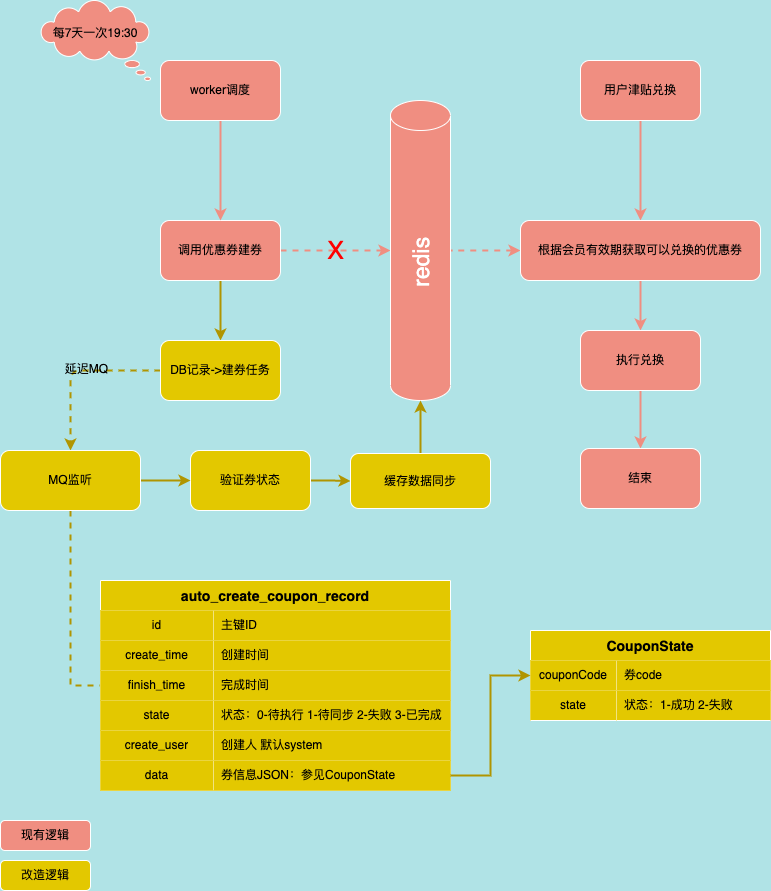
Earlier version of the draw.io export 自动建券.png (845642761/diagram). Source tidied: cells renumbered, new cells last; positions are measured from the earlier drawing's top-left corner, leaving out a move shared by most shapes.
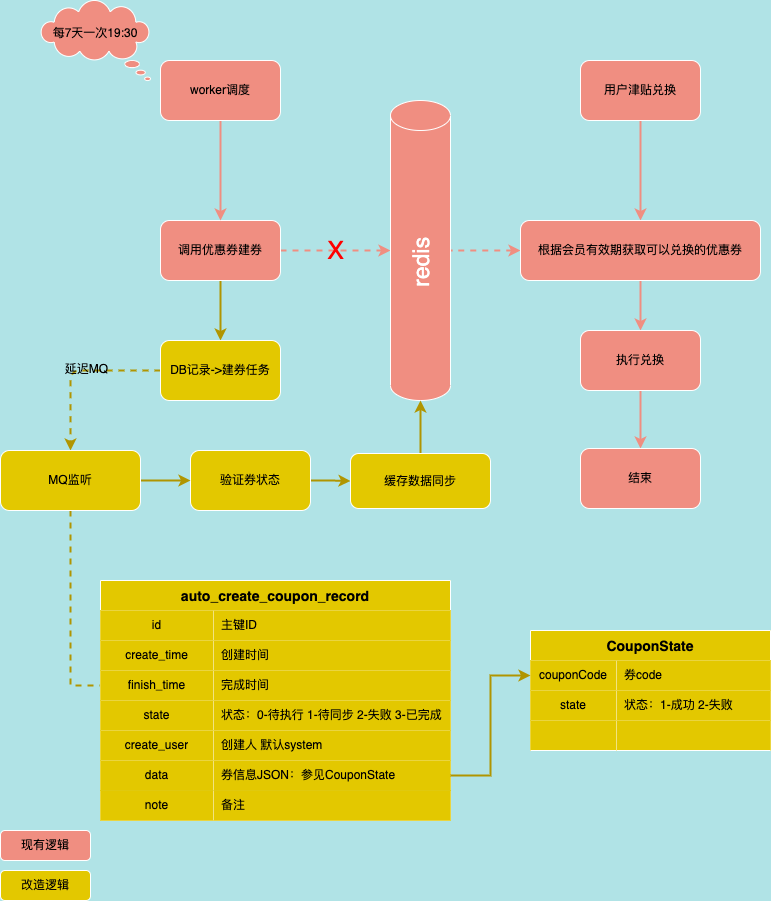
Later version of the same file.

Commit message:
更新自动建券.png

What changed in the source:
```diff
@@ -60,10 +60,10 @@
       <mxGeometry x="350" y="453" width="140" height="55" as="geometry" />
     </mxCell>
     <mxCell id="21" value="现有逻辑" style="rounded=1;whiteSpace=wrap;html=1;labelBackgroundColor=none;sketch=0;fontSize=12;fontColor=#000000;strokeColor=#FFFFFF;fillColor=#F08E81;" parent="1" vertex="1">
-      <mxGeometry y="820" width="90" height="30" as="geometry" />
+      <mxGeometry y="830" width="90" height="30" as="geometry" />
     </mxCell>
     <mxCell id="22" value="改造逻辑" style="rounded=1;whiteSpace=wrap;html=1;labelBackgroundColor=none;sketch=0;fontSize=12;fontColor=#000000;strokeColor=#FFFFFF;fillColor=#e3c800;" parent="1" vertex="1">
-      <mxGeometry y="860" width="90" height="30" as="geometry" />
+      <mxGeometry y="870" width="90" height="30" as="geometry" />
     </mxCell>
     <mxCell id="23" style="edgeStyle=orthogonalEdgeStyle;curved=0;rounded=1;sketch=0;jettySize=auto;html=1;labelBackgroundColor=default;fontSize=12;fontColor=default;startArrow=none;startFill=0;endArrow=classic;endFill=1;strokeColor=#B09500;strokeWidth=2;fillColor=#e3c800;dashed=1;" parent="1" edge="1" source="25" target="28">
       <mxGeometry relative="1" as="geometry" />
@@ -84,7 +84,7 @@
       <mxGeometry y="450" width="140" height="60" as="geometry" />
     </mxCell>
     <mxCell id="29" value="auto_create_coupon_record" style="shape=table;startSize=30;rowLines=0;fontStyle=1;fontSize=14;fillColor=#e3c800;strokeColor=#FFFFFF;fontColor=#000000;separatorColor=#FFFFFF;" parent="1" vertex="1">
-      <mxGeometry x="100" y="580" width="350" height="210" as="geometry" />
+      <mxGeometry x="100" y="580" width="350" height="240" as="geometry" />
     </mxCell>
     <mxCell id="30" style="shape=tableRow;horizontal=0;startSize=0;swimlaneHead=0;swimlaneBody=0;top=0;left=0;bottom=0;right=0;fillColor=#e3c800;fontSize=25;strokeColor=#B09500;fontColor=#000000;" parent="29" vertex="1">
       <mxGeometry y="30" width="350" height="30" as="geometry" />
@@ -140,8 +140,17 @@
     <mxCell id="47" value="券信息JSON：参见CouponState" style="shape=partialRectangle;html=1;whiteSpace=wrap;fillColor=#e3c800;top=0;left=0;bottom=0;right=0;align=left;spacingLeft=6;overflow=hidden;fontSize=12;fontColor=#000000;strokeColor=#FFFFFF;" parent="45" vertex="1">
       <mxGeometry x="113" width="237" height="30" as="geometry" />
     </mxCell>
+    <mxCell id="56" style="shape=tableRow;horizontal=0;startSize=0;swimlaneHead=0;swimlaneBody=0;top=0;left=0;bottom=0;right=0;fillColor=#e3c800;fontSize=25;fontColor=#000000;strokeColor=#B09500;" parent="29" vertex="1">
+      <mxGeometry y="210" width="350" height="30" as="geometry" />
+    </mxCell>
+    <mxCell id="57" value="note" style="shape=partialRectangle;html=1;whiteSpace=wrap;fillColor=#e3c800;top=0;left=0;bottom=0;right=1;overflow=hidden;fontSize=12;fontColor=#000000;strokeColor=#FFFFFF;" parent="56" vertex="1">
+      <mxGeometry width="113" height="30" as="geometry" />
+    </mxCell>
+    <mxCell id="58" value="备注" style="shape=partialRectangle;html=1;whiteSpace=wrap;fillColor=#e3c800;top=0;left=0;bottom=0;right=0;align=left;spacingLeft=6;overflow=hidden;fontSize=12;fontColor=#000000;strokeColor=#FFFFFF;" parent="56" vertex="1">
+      <mxGeometry x="113" width="237" height="30" as="geometry" />
+    </mxCell>
     <mxCell id="48" value="CouponState" style="shape=table;startSize=30;rowLines=0;fontStyle=1;fontSize=14;fillColor=#e3c800;strokeColor=#FFFFFF;fontColor=#000000;separatorColor=#FFFFFF;" parent="1" vertex="1">
-      <mxGeometry x="530" y="630" width="240" height="90" as="geometry" />
+      <mxGeometry x="530" y="630" width="240" height="120" as="geometry" />
     </mxCell>
     <mxCell id="49" style="shape=tableRow;horizontal=0;startSize=0;swimlaneHead=0;swimlaneBody=0;top=0;left=0;bottom=0;right=0;fillColor=#e3c800;points=[[0,0.5],[1,0.5]];portConstraint=eastwest;fontSize=25;strokeColor=#B09500;fontColor=#000000;" parent="48" vertex="1">
       <mxGeometry y="30" width="240" height="30" as="geometry" />
@@ -161,6 +170,15 @@
     <mxCell id="54" value="状态：1-成功 2-失败" style="shape=partialRectangle;html=1;whiteSpace=wrap;fillColor=#e3c800;top=0;left=0;bottom=1;right=0;align=left;spacingLeft=6;overflow=hidden;fontSize=12;strokeColor=#FFFFFF;fontColor=#000000;" parent="52" vertex="1">
       <mxGeometry x="86" width="154" height="30" as="geometry" />
     </mxCell>
+    <mxCell id="59" style="shape=tableRow;horizontal=0;startSize=0;swimlaneHead=0;swimlaneBody=0;top=0;left=0;bottom=0;right=0;fillColor=#e3c800;fontSize=25;strokeColor=#B09500;fontColor=#000000;" parent="48" vertex="1">
+      <mxGeometry y="90" width="240" height="30" as="geometry" />
+    </mxCell>
+    <mxCell id="60" style="shape=partialRectangle;html=1;whiteSpace=wrap;fillColor=#e3c800;top=0;left=0;bottom=1;right=1;overflow=hidden;fontSize=12;strokeColor=#FFFFFF;fontColor=#000000;" parent="59" vertex="1">
+      <mxGeometry width="86" height="30" as="geometry" />
+    </mxCell>
+    <mxCell id="61" style="shape=partialRectangle;html=1;whiteSpace=wrap;fillColor=#e3c800;top=0;left=0;bottom=1;right=0;align=left;spacingLeft=6;overflow=hidden;fontSize=12;strokeColor=#FFFFFF;fontColor=#000000;" parent="59" vertex="1">
+      <mxGeometry x="86" width="154" height="30" as="geometry" />
+    </mxCell>
     <mxCell id="55" style="edgeStyle=orthogonalEdgeStyle;rounded=0;jettySize=auto;html=1;entryX=0;entryY=0.5;entryDx=0;entryDy=0;fontSize=12;fontColor=#FFFFFF;strokeColor=#B09500;strokeWidth=2;" parent="1" edge="1" source="45" target="49">
       <mxGeometry relative="1" as="geometry" />
     </mxCell>
```
